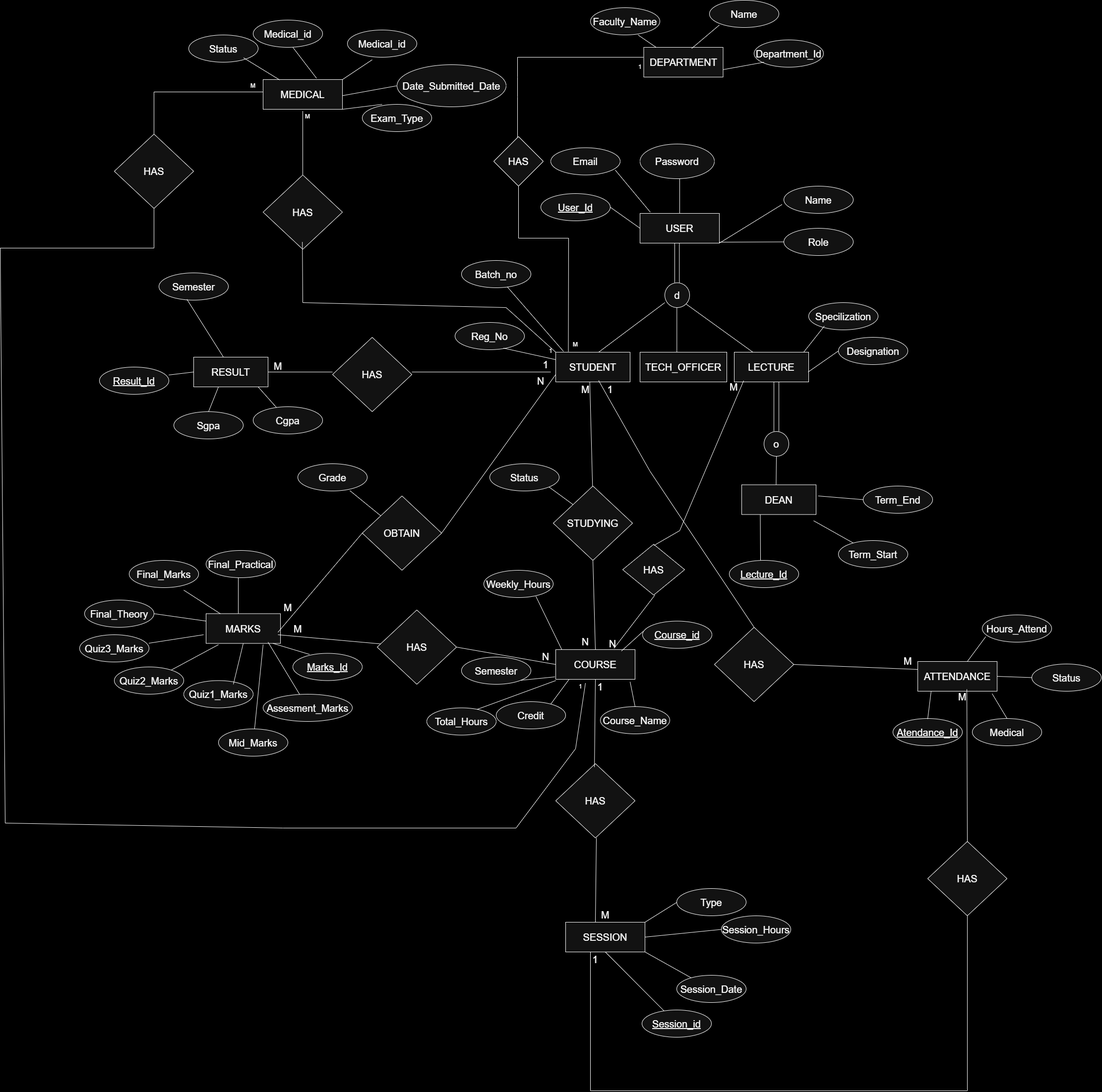
nuwangi2003/database_project keeps this draw.io diagram as document/Group2ER.png. Above is the earlier version. Source tidied: cells renumbered, new cells last; positions are measured from the earlier drawing's top-left corner, leaving out a move shared by most shapes.
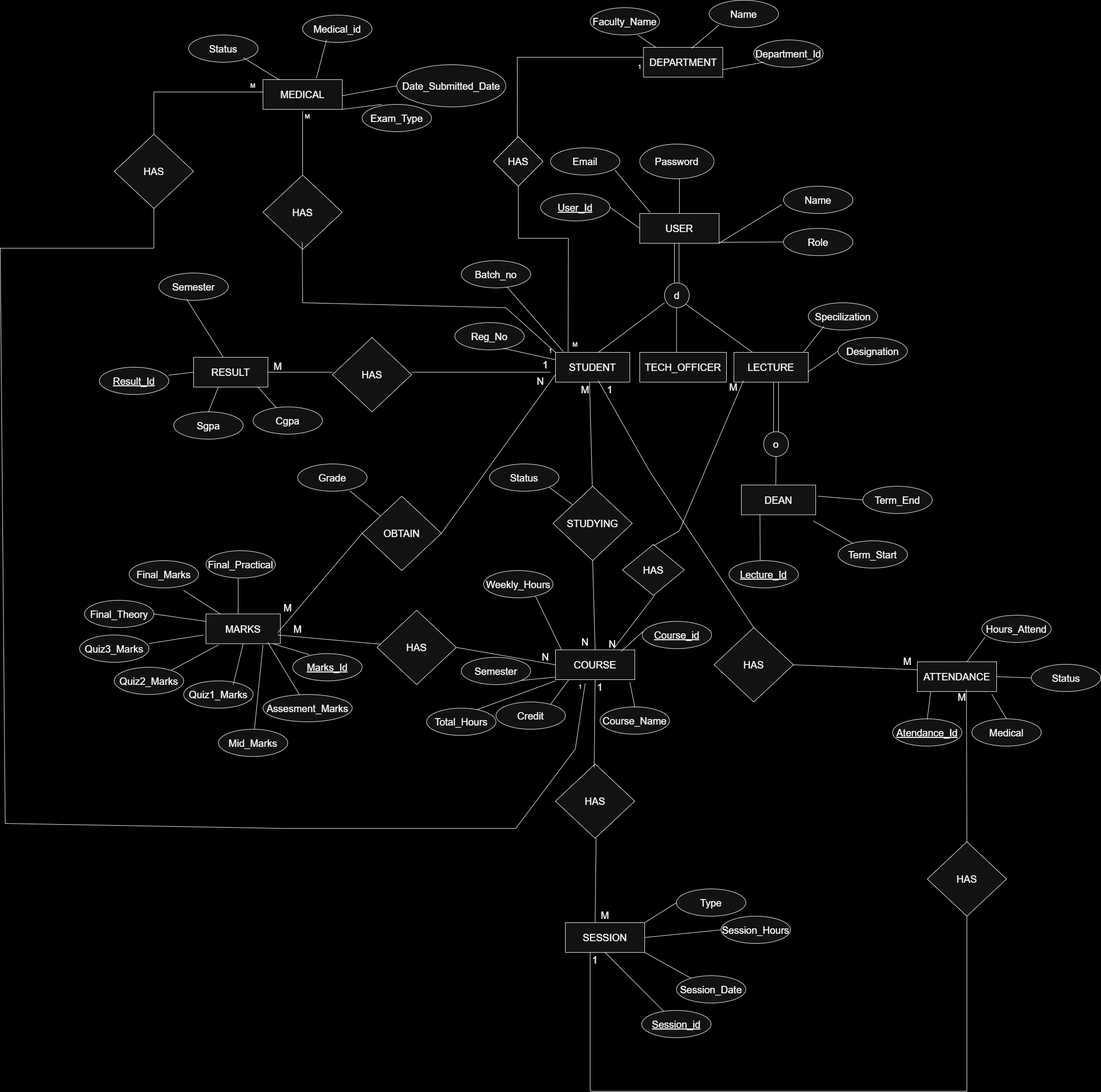
Above is the later version.

Commit message:
typing mistake in the re diagramn , corrrect it

What changed in the source:
```diff
@@ -595,22 +595,11 @@
     <mxCell id="150" style="edgeStyle=orthogonalEdgeStyle;rounded=0;orthogonalLoop=1;jettySize=auto;html=1;exitX=0.5;exitY=1;exitDx=0;exitDy=0;" parent="1" edge="1" source="62" target="62">
       <mxGeometry relative="1" as="geometry" />
     </mxCell>
-    <mxCell id="151" value="Medical_id" style="ellipse;whiteSpace=wrap;html=1;fontSize=20;" parent="1" vertex="1">
-      <mxGeometry x="700" y="60" width="140" height="55" as="geometry" />
-    </mxCell>
     <mxCell id="152" value="Medical_id" style="ellipse;whiteSpace=wrap;html=1;fontSize=20;" parent="1" vertex="1">
-      <mxGeometry x="510" y="40" width="140" height="55" as="geometry" />
+      <mxGeometry x="610" y="30" width="140" height="55" as="geometry" />
     </mxCell>
-    <mxCell id="153" style="endArrow=none;html=1;rounded=0;exitX=1;exitY=0.5;exitDx=0;exitDy=0;fontSize=20;" parent="1" edge="1">
-      <mxGeometry relative="1" as="geometry">
-        <mxPoint x="690" y="160" as="sourcePoint" />
-        <mxPoint x="750" y="120" as="targetPoint" />
-      </mxGeometry>
-    </mxCell>
-    <mxCell id="154" style="endArrow=none;html=1;rounded=0;exitX=1;exitY=0.5;exitDx=0;exitDy=0;fontSize=20;entryX=0.673;entryY=-0.045;entryDx=0;entryDy=0;entryPerimeter=0;" parent="1" edge="1" target="143">
-      <mxGeometry relative="1" as="geometry">
-        <mxPoint x="590" y="95" as="sourcePoint" />
-      </mxGeometry>
+    <mxCell id="154" style="endArrow=none;html=1;rounded=0;fontSize=20;entryX=0.673;entryY=-0.045;entryDx=0;entryDy=0;entryPerimeter=0;exitX=0.343;exitY=0.909;exitDx=0;exitDy=0;exitPerimeter=0;" parent="1" edge="1" source="152" target="143">
+      <mxGeometry relative="1" as="geometry" />
     </mxCell>
     <mxCell id="155" value="Exam_Type" style="ellipse;whiteSpace=wrap;html=1;fontSize=20;" parent="1" vertex="1">
       <mxGeometry x="730" y="210" width="140" height="55" as="geometry" />
```
